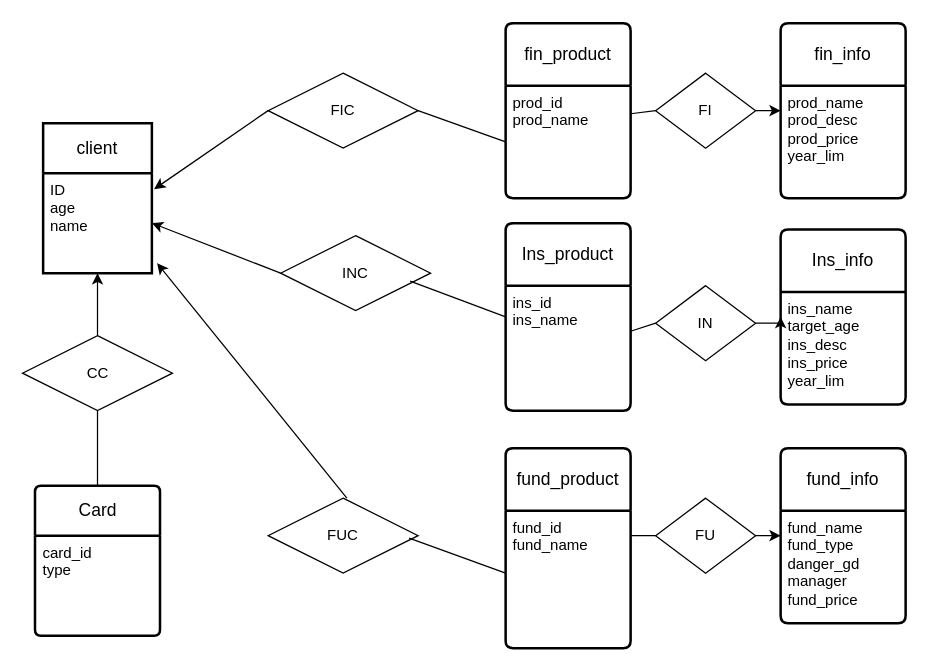
Chad-Wu/Sort-Algrithm keeps this draw.io diagram as finance.drawio. Above is the earlier version. Source tidied: cells renumbered, new cells numbered last; positions are measured from the earlier drawing's top-left corner, leaving out a move shared by most shapes. Both pictures are drawn from the tidied source at 125%, with x=0, y=0 at pixel (22, 22).
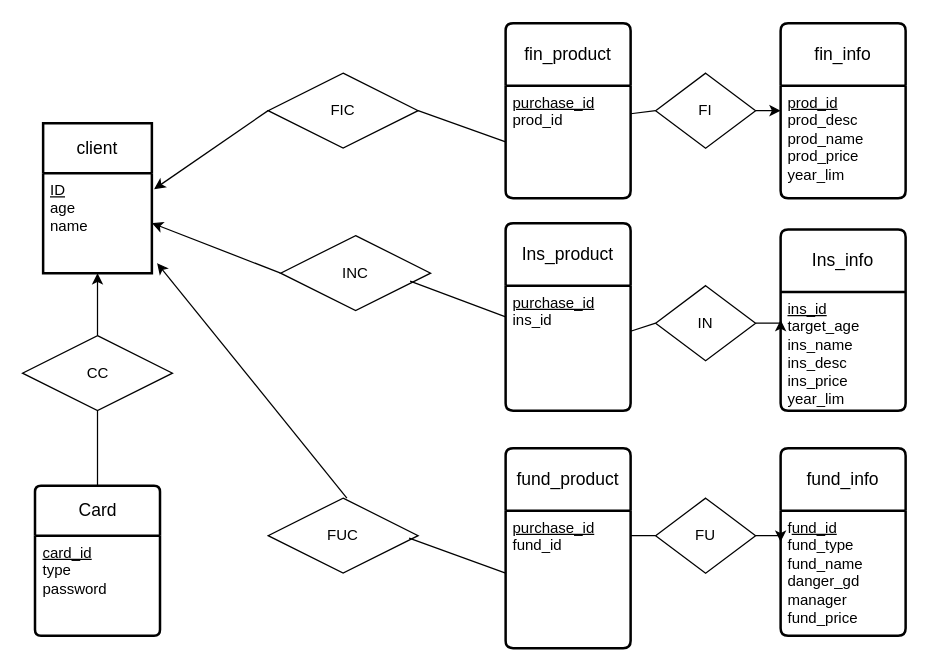
The same diagram, later.

Unchanged cells that the change refers to:
```xml
<mxCell id="2" value="client" style="swimlane;horizontal=1;startSize=40;rounded=1;fontSize=14;fontStyle=0;strokeWidth=2;shadow=0;dashed=0;align=center;arcSize=0;whiteSpace=wrap;html=1;" parent="1" vertex="1">
  <mxGeometry x="16" y="80" width="87" height="120" as="geometry" />
</mxCell>
<mxCell id="4" value="fin_product" style="swimlane;horizontal=1;startSize=50;rounded=1;fontSize=14;fontStyle=0;strokeWidth=2;shadow=0;dashed=0;align=center;arcSize=4;whiteSpace=wrap;html=1;" parent="1" vertex="1">
  <mxGeometry x="386" width="100" height="140" as="geometry" />
</mxCell>
<mxCell id="6" value="Ins_product" style="swimlane;horizontal=1;startSize=50;rounded=1;fontSize=14;fontStyle=0;strokeWidth=2;shadow=0;dashed=0;align=center;arcSize=4;whiteSpace=wrap;html=1;" parent="1" vertex="1">
  <mxGeometry x="386" y="160" width="100" height="150" as="geometry" />
</mxCell>
<mxCell id="8" value="fund_product" style="swimlane;horizontal=1;startSize=50;rounded=1;fontSize=14;fontStyle=0;strokeWidth=2;shadow=0;dashed=0;align=center;arcSize=4;whiteSpace=wrap;html=1;" parent="1" vertex="1">
  <mxGeometry x="386" y="340" width="100" height="160" as="geometry" />
</mxCell>
<mxCell id="10" value="Card" style="swimlane;horizontal=1;startSize=40;rounded=1;fontSize=14;fontStyle=0;strokeWidth=2;shadow=0;dashed=0;align=center;arcSize=4;whiteSpace=wrap;html=1;" parent="1" vertex="1">
  <mxGeometry x="9.5" y="370" width="100" height="120" as="geometry" />
</mxCell>
<mxCell id="18" value="fin_info" style="swimlane;horizontal=1;startSize=50;rounded=1;fontSize=14;fontStyle=0;strokeWidth=2;shadow=0;dashed=0;align=center;arcSize=4;whiteSpace=wrap;html=1;" parent="1" vertex="1">
  <mxGeometry x="606" width="100" height="140" as="geometry" />
</mxCell>
```

The edit, as a diff of the source:
```diff
@@
-    <mxCell id="3" value="ID&lt;br&gt;age&lt;br&gt;name&lt;br&gt;&lt;br&gt;" style="align=left;strokeColor=none;fillColor=none;spacingLeft=4;fontSize=12;verticalAlign=top;html=1;" parent="2" vertex="1">
+    <mxCell id="3" value="&lt;u&gt;ID&lt;/u&gt;&lt;br&gt;age&lt;br&gt;name&lt;br&gt;" style="align=left;strokeColor=none;fillColor=none;spacingLeft=4;fontSize=12;verticalAlign=top;html=1;" parent="2" vertex="1">
       <mxGeometry y="40" width="87" height="80" as="geometry" />
     </mxCell>
@@
-    <mxCell id="5" value="prod_id&lt;br&gt;prod_name&lt;br&gt;" style="align=left;strokeColor=none;fillColor=none;spacingLeft=4;fontSize=12;verticalAlign=top;html=1;" parent="4" vertex="1">
+    <mxCell id="5" value="&lt;u&gt;purchase_id&lt;/u&gt;&lt;br&gt;prod_id" style="align=left;strokeColor=none;fillColor=none;spacingLeft=4;fontSize=12;verticalAlign=top;html=1;" parent="4" vertex="1">
       <mxGeometry y="50" width="100" height="90" as="geometry" />
     </mxCell>
@@
-    <mxCell id="7" value="ins_id&lt;br&gt;ins_name&lt;br&gt;" style="align=left;strokeColor=none;fillColor=none;spacingLeft=4;fontSize=12;verticalAlign=top;html=1;" parent="6" vertex="1">
+    <mxCell id="7" value="&lt;u&gt;purchase_id&lt;/u&gt;&lt;br&gt;ins_id" style="align=left;strokeColor=none;fillColor=none;spacingLeft=4;fontSize=12;verticalAlign=top;html=1;" parent="6" vertex="1">
       <mxGeometry y="50" width="100" height="100" as="geometry" />
     </mxCell>
@@
-    <mxCell id="9" value="fund_id&lt;br&gt;fund_name&lt;br&gt;" style="align=left;strokeColor=none;fillColor=none;spacingLeft=4;fontSize=12;verticalAlign=top;html=1;" parent="8" vertex="1">
+    <mxCell id="9" value="&lt;u&gt;purchase_id&lt;/u&gt;&lt;br&gt;fund_id" style="align=left;strokeColor=none;fillColor=none;spacingLeft=4;fontSize=12;verticalAlign=top;html=1;" parent="8" vertex="1">
       <mxGeometry y="50" width="100" height="110" as="geometry" />
     </mxCell>
@@
-    <mxCell id="11" value="card_id&lt;br&gt;type" style="align=left;strokeColor=none;fillColor=none;spacingLeft=4;fontSize=12;verticalAlign=top;html=1;" parent="10" vertex="1">
+    <mxCell id="11" value="&lt;u&gt;card_id&lt;/u&gt;&lt;br&gt;type&lt;br&gt;password" style="align=left;strokeColor=none;fillColor=none;spacingLeft=4;fontSize=12;verticalAlign=top;html=1;" parent="10" vertex="1">
       <mxGeometry y="40" width="100" height="80" as="geometry" />
     </mxCell>
@@
-    <mxCell id="19" value="prod_name&lt;br&gt;prod_desc&lt;br&gt;prod_price&lt;br&gt;year_lim" style="align=left;strokeColor=none;fillColor=none;spacingLeft=4;fontSize=12;verticalAlign=top;html=1;" parent="18" vertex="1">
+    <mxCell id="19" value="&lt;u&gt;prod_id&lt;/u&gt;&lt;br&gt;prod_desc&lt;br&gt;prod_name&lt;br&gt;prod_price&lt;br&gt;year_lim" style="align=left;strokeColor=none;fillColor=none;spacingLeft=4;fontSize=12;verticalAlign=top;html=1;" parent="18" vertex="1">
       <mxGeometry y="50" width="100" height="90" as="geometry" />
     </mxCell>
     <mxCell id="20" value="Ins_info" style="swimlane;horizontal=1;startSize=50;rounded=1;fontSize=14;fontStyle=0;strokeWidth=2;shadow=0;dashed=0;align=center;arcSize=4;whiteSpace=wrap;html=1;" parent="1" vertex="1">
-      <mxGeometry x="606" y="165" width="100" height="140" as="geometry" />
+      <mxGeometry x="606" y="165" width="100" height="145" as="geometry" />
     </mxCell>
-    <mxCell id="21" value="ins_name&lt;br style=&quot;border-color: var(--border-color);&quot;&gt;target_age&lt;br style=&quot;border-color: var(--border-color);&quot;&gt;ins_desc&lt;br style=&quot;border-color: var(--border-color);&quot;&gt;ins_price&lt;br style=&quot;border-color: var(--border-color);&quot;&gt;year_lim" style="align=left;strokeColor=none;fillColor=none;spacingLeft=4;fontSize=12;verticalAlign=top;html=1;" parent="20" vertex="1">
-      <mxGeometry y="50" width="100" height="90" as="geometry" />
+    <mxCell id="21" value="&lt;u&gt;ins_id&lt;/u&gt;&lt;br style=&quot;border-color: var(--border-color);&quot;&gt;target_age&lt;br&gt;ins_name&lt;br style=&quot;border-color: var(--border-color);&quot;&gt;ins_desc&lt;br style=&quot;border-color: var(--border-color);&quot;&gt;ins_price&lt;br style=&quot;border-color: var(--border-color);&quot;&gt;year_lim" style="align=left;strokeColor=none;fillColor=none;spacingLeft=4;fontSize=12;verticalAlign=top;html=1;" parent="20" vertex="1">
+      <mxGeometry y="50" width="100" height="95" as="geometry" />
     </mxCell>
     <mxCell id="22" value="fund_info" style="swimlane;horizontal=1;startSize=50;rounded=1;fontSize=14;fontStyle=0;strokeWidth=2;shadow=0;dashed=0;align=center;arcSize=4;whiteSpace=wrap;html=1;" parent="1" vertex="1">
-      <mxGeometry x="606" y="340" width="100" height="140" as="geometry" />
+      <mxGeometry x="606" y="340" width="100" height="150" as="geometry" />
     </mxCell>
-    <mxCell id="23" value="fund_name&lt;br&gt;fund_type&lt;br style=&quot;border-color: var(--border-color);&quot;&gt;danger_gd&lt;br style=&quot;border-color: var(--border-color);&quot;&gt;manager&lt;br style=&quot;border-color: var(--border-color);&quot;&gt;fund_price" style="align=left;strokeColor=none;fillColor=none;spacingLeft=4;fontSize=12;verticalAlign=top;html=1;" parent="22" vertex="1">
-      <mxGeometry y="50" width="100" height="90" as="geometry" />
+    <mxCell id="23" value="f&lt;u&gt;und_id&lt;/u&gt;&lt;br&gt;fund_type&lt;br&gt;fund_name&lt;br style=&quot;border-color: var(--border-color);&quot;&gt;danger_gd&lt;br style=&quot;border-color: var(--border-color);&quot;&gt;manager&lt;br style=&quot;border-color: var(--border-color);&quot;&gt;fund_price" style="align=left;strokeColor=none;fillColor=none;spacingLeft=4;fontSize=12;verticalAlign=top;html=1;" parent="22" vertex="1">
+      <mxGeometry y="50" width="100" height="100" as="geometry" />
     </mxCell>
```
